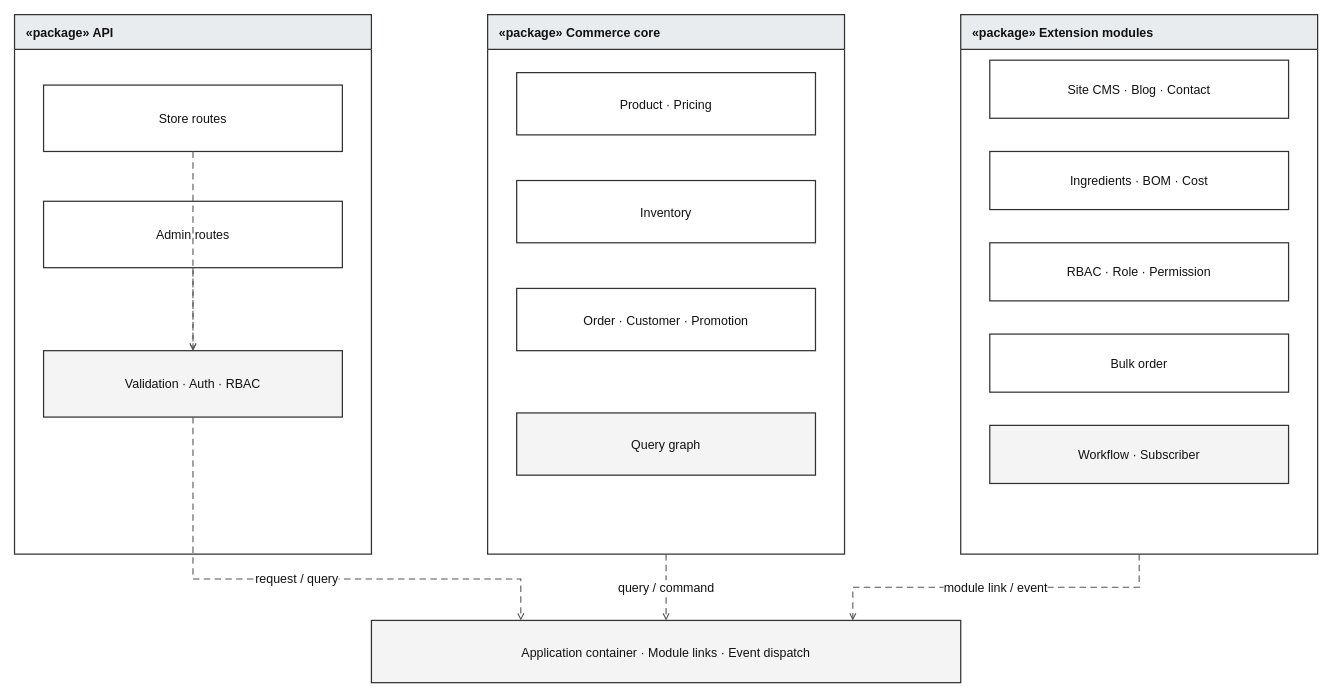
Above: docs/report/diagrams/modules.drawio in pathust/mong.fruitboxz (draw.io), before the change. Source tidied: cells renumbered, new cells numbered last; positions are measured from the earlier drawing's top-left corner, leaving out a move shared by most shapes. Both pictures are drawn from the tidied source at 83%, with x=0, y=0 at pixel (14, 14).
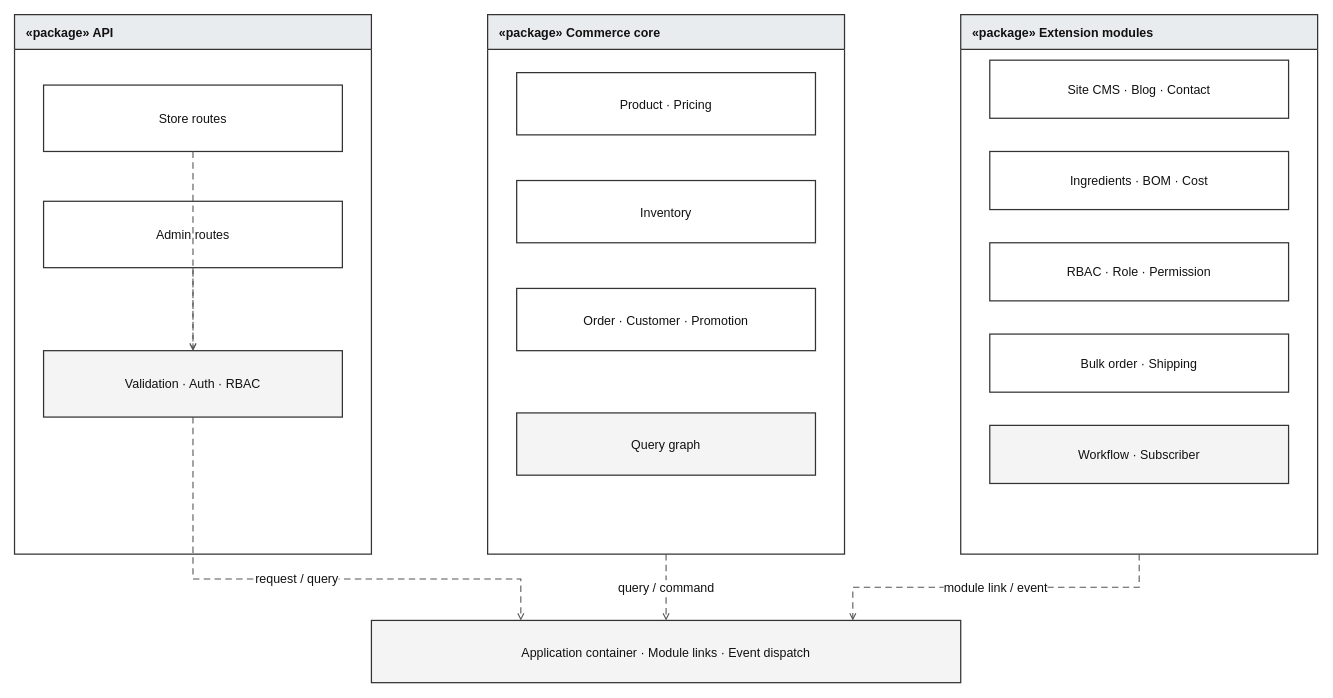
Above is the later version.

What changed in the source:
```diff
@@
-    <mxCell id="15" value="Bulk order" style="rounded=0;whiteSpace=wrap;html=1;fillColor=#FFFFFF;strokeColor=#333333;strokeWidth=1.5;fontFamily=Arial;fontSize=15;fontColor=#111111;" parent="1" vertex="1">
+    <mxCell id="15" value="Bulk order · Shipping" style="rounded=0;whiteSpace=wrap;html=1;fillColor=#FFFFFF;strokeColor=#333333;strokeWidth=1.5;fontFamily=Arial;fontSize=15;fontColor=#111111;" parent="1" vertex="1">
       <mxGeometry x="1175" y="385" width="360" height="70" as="geometry" />
     </mxCell>
```
